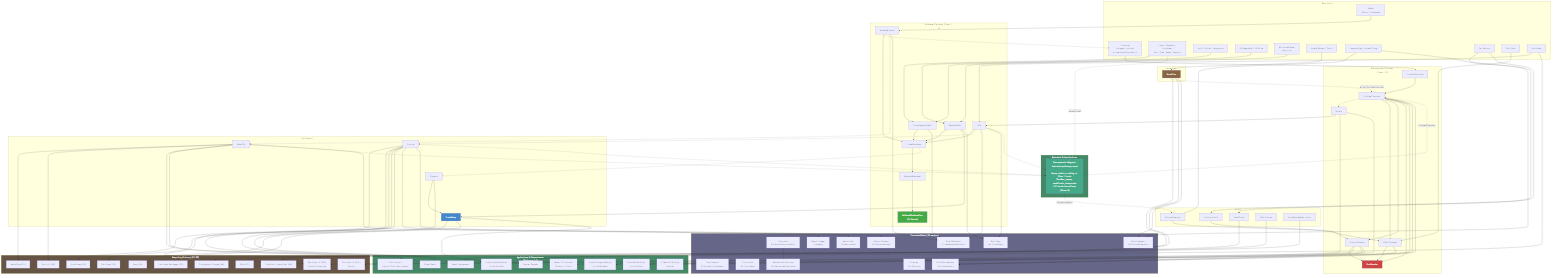
phobos-dthorga/mod-pz-chemistry-pathways keeps this Mermaid diagram as docs/images/recipe-overview.png. Above is the earlier version. Its source is kept beside it as docs/mermaid-src/recipe-overview.mmd.
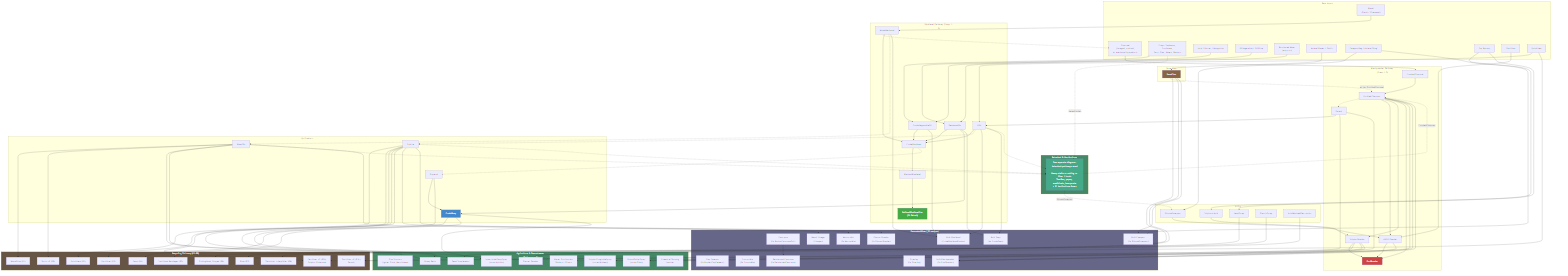
Later version of the same file.

Change to the diagram source:
```diff
@@ -179,8 +179,8 @@
     style REFINED_BD fill:#4a4,color:#fff
     style SOAP fill:#48c,color:#fff
     style BONECHAR fill:#864,color:#fff
-    subgraph BOT["Botanical & Horticulture Pathway (30+ recipes)"]
-        BOT_REF["See separate diagram:<br/>botanical-pathways.mmd<br/><br/>Hemp stalks → retting → fiber / hurds<br/>Textiles, paper, medicinals, hempcrete<br/>+ 31 horticulture items (Phase 2)"]
+    subgraph BOT["Botanical & Horticulture Pathway (31 recipes)"]
+        BOT_REF["See separate diagram:<br/>botanical-pathways.mmd<br/><br/>Hemp stalks → retting → fiber / hurds<br/>Textiles, paper, medicinals, hempcrete<br/>+ 31 horticulture items"]
     end
 
     CROPS -.->|"HempBroken"| BOT_REF
@@ -190,7 +190,7 @@
     BOT_REF -.->|"CrushedCharcoal"| PURIFY
     BOT_REF -.->|"DilutedCompost"| DCOMPOST
 
-    style BOT fill:#486,color:#fff,stroke-dasharray: 5 5
+    style BOT fill:#486,color:#fff
     style BOT_REF fill:#4a8,color:#fff
     style RC fill:#654,color:#fff
     style AG fill:#486,color:#fff
```
